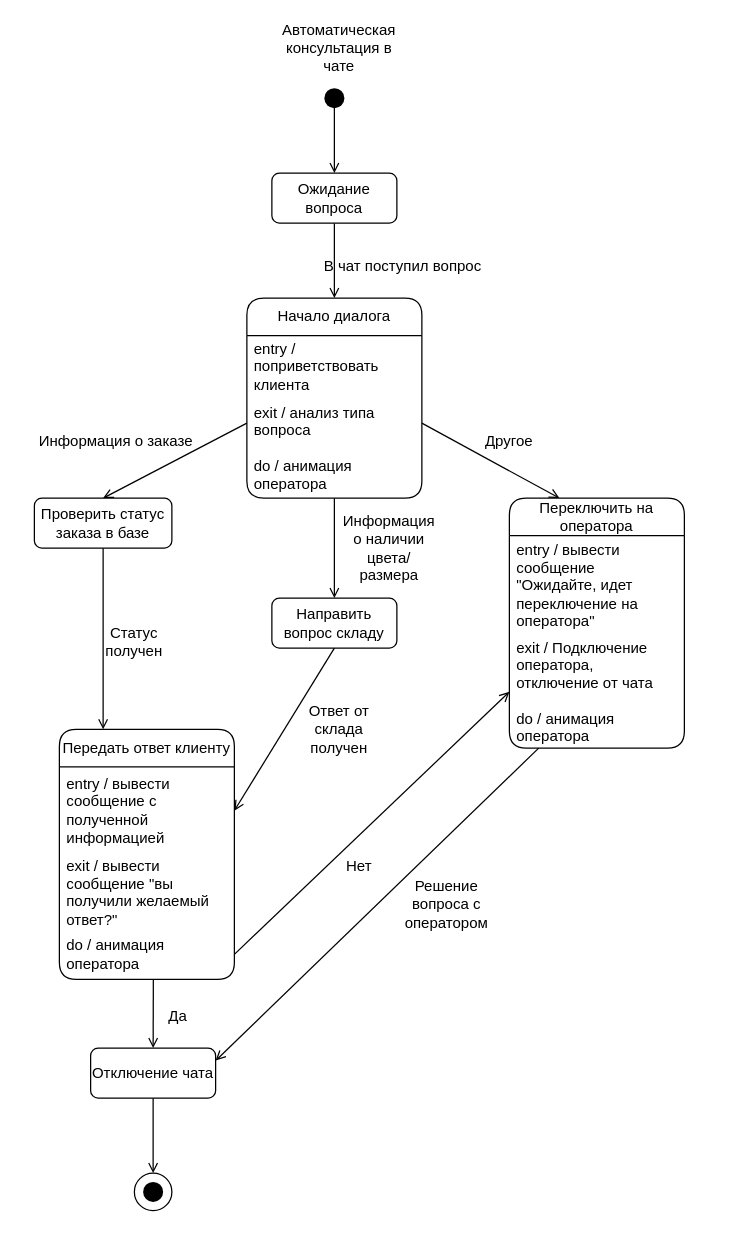
The draw.io diagram Диаграмма автомата.drawio in tssergeev/lflflflf, before the edit. Source tidied: cells renumbered, new cells numbered last; positions are measured from the earlier drawing's top-left corner, leaving out a move shared by most shapes. Both pictures are drawn from the tidied source at 125%, with x=0, y=0 at pixel (21, 29).
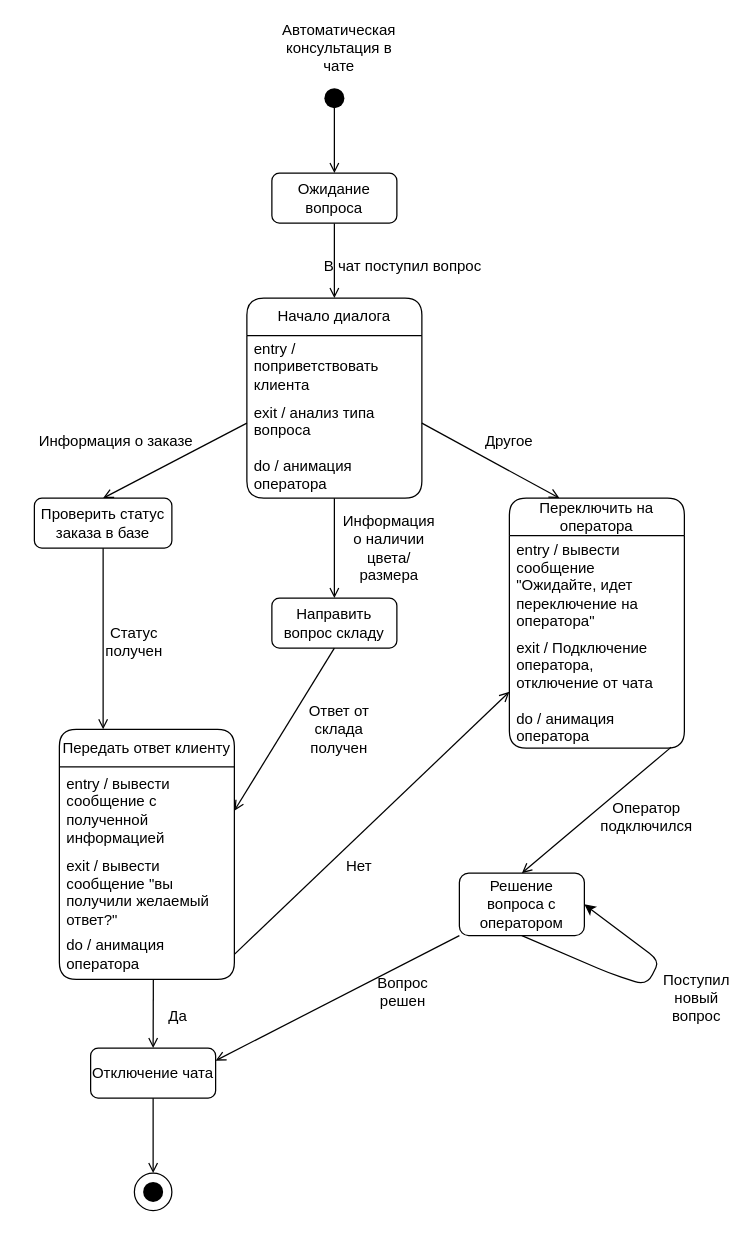
After the change.

Unchanged cells that the change refers to:
```xml
<mxCell id="24" value="exit / Подключение оператора, отключение от чата&lt;br&gt;&lt;br&gt;do / анимация оператора" style="text;strokeColor=none;fillColor=none;align=left;verticalAlign=middle;spacingLeft=4;spacingRight=4;overflow=hidden;points=[[0,0.5],[1,0.5]];portConstraint=eastwest;whiteSpace=wrap;html=1;rounded=1;" parent="22" vertex="1">
  <mxGeometry y="110" width="140" height="90" as="geometry" />
</mxCell>
<mxCell id="35" value="Отключение чата" style="rounded=1;whiteSpace=wrap;html=1;" parent="1" vertex="1">
  <mxGeometry x="55" y="815" width="100" height="40" as="geometry" />
</mxCell>
```

Change to the diagram source:
```diff
@@
-    <mxCell id="39" style="endArrow=none;html=1;rounded=0;exitX=1;exitY=0.25;exitDx=0;exitDy=0;endFill=0;startArrow=open;startFill=0;" parent="1" edge="1" source="35" target="24">
-      <mxGeometry relative="1" as="geometry" />
-    </mxCell>
-    <mxCell id="40" value="Решение вопроса с оператором" style="text;html=1;strokeColor=none;fillColor=none;align=center;verticalAlign=middle;whiteSpace=wrap;rounded=0;" parent="1" vertex="1">
-      <mxGeometry x="310" y="685" width="60" height="30" as="geometry" />
+    <mxCell id="40" value="Решение вопроса с оператором" style="rounded=1;whiteSpace=wrap;html=1;" parent="1" vertex="1">
+      <mxGeometry x="350" y="675" width="100" height="50" as="geometry" />
     </mxCell>
+    <mxCell id="41" style="endArrow=none;html=1;rounded=0;exitX=0.5;exitY=0;exitDx=0;exitDy=0;endFill=0;startArrow=open;startFill=0;entryX=0.925;entryY=0.991;entryDx=0;entryDy=0;entryPerimeter=0;" parent="1" edge="1" source="40" target="24">
+      <mxGeometry relative="1" as="geometry" />
+    </mxCell>
+    <mxCell id="42" value="Оператор подключился" style="text;html=1;strokeColor=none;fillColor=none;align=center;verticalAlign=middle;whiteSpace=wrap;rounded=0;" parent="1" vertex="1">
+      <mxGeometry x="470" y="615" width="60" height="30" as="geometry" />
+    </mxCell>
+    <mxCell id="43" style="endArrow=none;html=1;rounded=0;exitX=1;exitY=0.25;exitDx=0;exitDy=0;endFill=0;startArrow=open;startFill=0;entryX=0;entryY=1;entryDx=0;entryDy=0;" parent="1" edge="1" source="35" target="40">
+      <mxGeometry relative="1" as="geometry" />
+    </mxCell>
+    <mxCell id="44" value="Вопрос решен" style="text;html=1;strokeColor=none;fillColor=none;align=center;verticalAlign=middle;whiteSpace=wrap;rounded=0;" parent="1" vertex="1">
+      <mxGeometry x="275" y="755" width="60" height="30" as="geometry" />
+    </mxCell>
+    <mxCell id="45" style="endArrow=classic;html=1;rounded=1;entryX=1;entryY=0.5;entryDx=0;entryDy=0;exitX=0.5;exitY=1;exitDx=0;exitDy=0;shadow=0;" parent="1" edge="1" source="40" target="40">
+      <mxGeometry relative="1" as="geometry">
+        <Array as="points">
+          <mxPoint x="470" y="755" />
+          <mxPoint x="500" y="765" />
+          <mxPoint x="510" y="745" />
+        </Array>
+      </mxGeometry>
+    </mxCell>
+    <mxCell id="46" value="Поступил новый вопрос" style="text;html=1;strokeColor=none;fillColor=none;align=center;verticalAlign=middle;whiteSpace=wrap;rounded=0;" parent="1" vertex="1">
+      <mxGeometry x="510" y="760" width="60" height="30" as="geometry" />
+    </mxCell>
```
